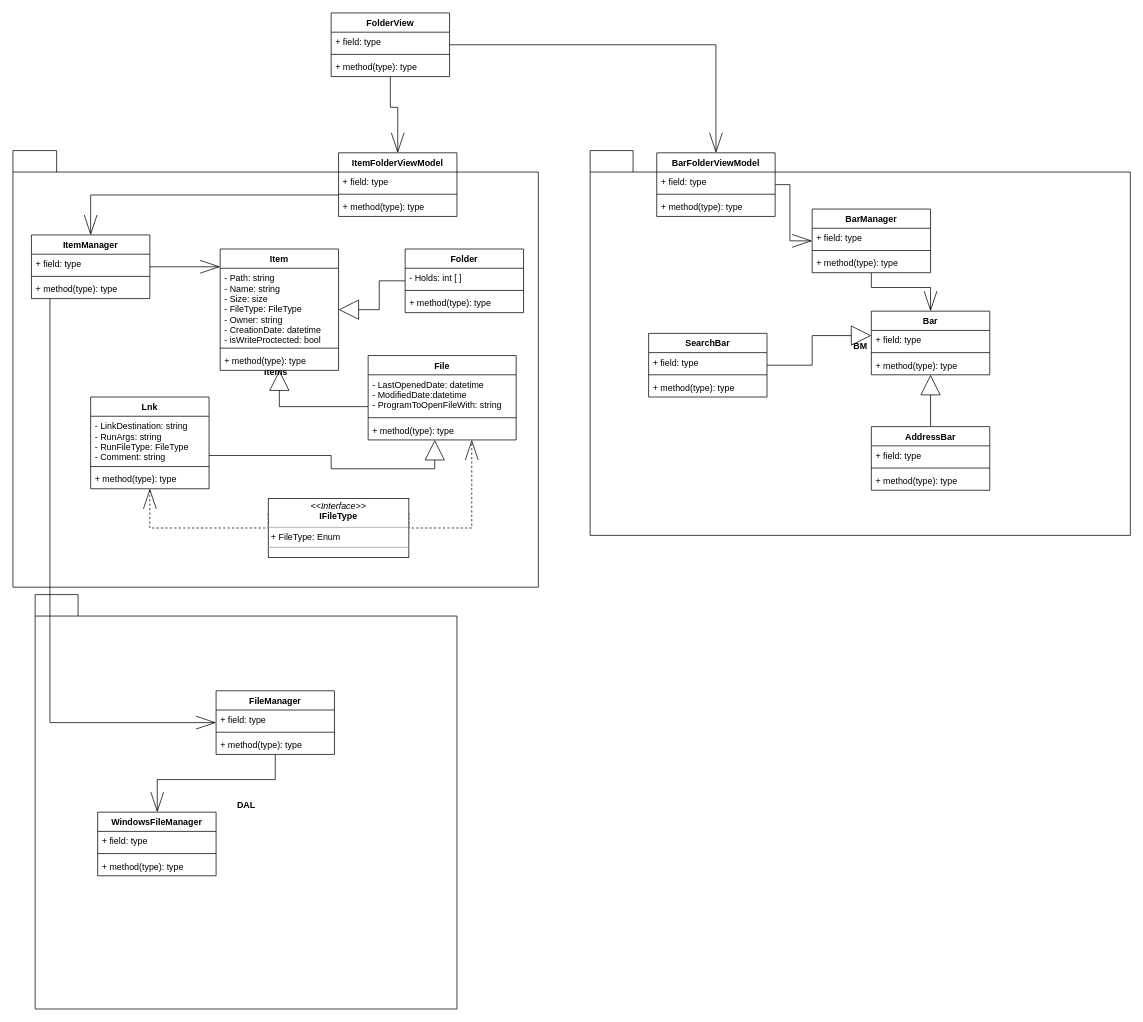
Earlier version of the draw.io diagram Classdiagram.drawio (Caand95/File_Explorer). Source tidied: cells renumbered, new cells numbered last; positions are measured from the earlier drawing's top-left corner, leaving out a move shared by most shapes. Both pictures are drawn from the tidied source at 74%, with x=0, y=0 at pixel (13, 13).
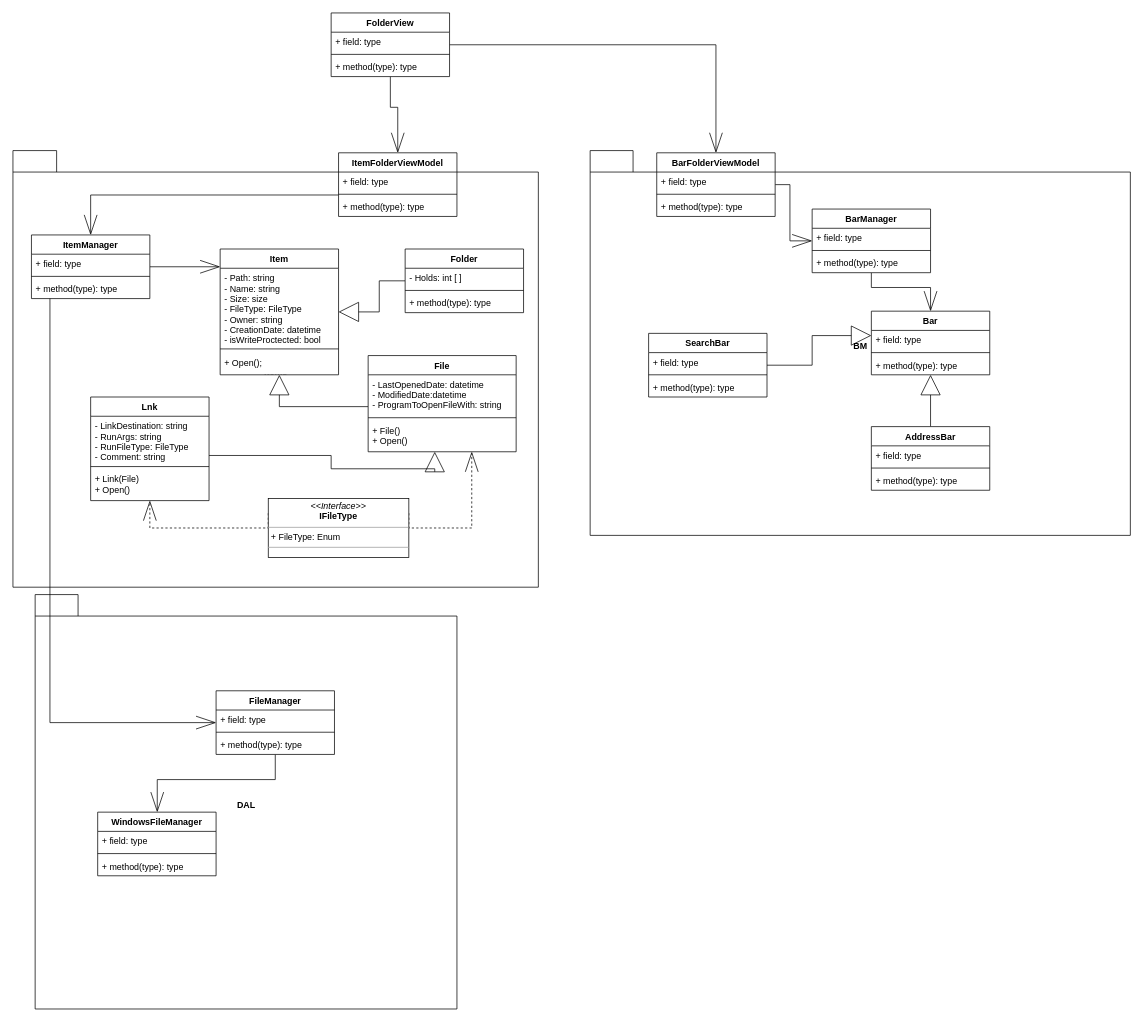
The same page after the edit.

The edit, as a diff of the source:
```diff
@@
     <mxCell id="5" value="Item&#10;" style="swimlane;fontStyle=1;align=center;verticalAlign=top;horizontal=1;startSize=26;swimlaneFillColor=#ffffff;rounded=0;glass=0;comic=0;" parent="1" vertex="1">
-      <mxGeometry x="280" y="319" width="160" height="164" as="geometry" />
+      <mxGeometry x="280" y="319" width="160" height="170" as="geometry" />
     </mxCell>
@@
     <mxCell id="7" style="line;strokeWidth=1;fillColor=none;align=left;verticalAlign=middle;spacingTop=-1;spacingLeft=3;spacingRight=3;labelPosition=right;" parent="5" vertex="1">
-      <mxGeometry y="130" width="160" height="8" as="geometry" />
+      <mxGeometry y="130" width="160" height="10" as="geometry" />
     </mxCell>
-    <mxCell id="8" value="+ method(type): type" style="text;strokeColor=none;fillColor=none;align=left;verticalAlign=top;spacingLeft=4;spacingRight=4;overflow=hidden;" parent="5" vertex="1">
-      <mxGeometry y="138" width="160" height="26" as="geometry" />
-    </mxCell>
+    <mxCell id="77" value="+ Open();&#10;&#10;" style="text;strokeColor=none;fillColor=none;align=left;verticalAlign=top;spacingLeft=4;spacingRight=4;overflow=hidden;" parent="5" vertex="1">
+      <mxGeometry y="140" width="160" height="30" as="geometry" />
+    </mxCell>
@@
     <mxCell id="15" value="File" style="swimlane;fontStyle=1;align=center;verticalAlign=top;horizontal=1;startSize=26;swimlaneFillColor=#ffffff;rounded=0;glass=0;comic=0;" parent="1" vertex="1">
-      <mxGeometry x="480" y="463" width="200" height="114" as="geometry" />
+      <mxGeometry x="480" y="463" width="200" height="130" as="geometry" />
     </mxCell>
@@
-    <mxCell id="18" value="+ method(type): type" style="text;strokeColor=none;fillColor=none;align=left;verticalAlign=top;spacingLeft=4;spacingRight=4;overflow=hidden;" parent="15" vertex="1">
-      <mxGeometry y="88" width="200" height="26" as="geometry" />
+    <mxCell id="18" value="+ File()&#10;+ Open()&#10;" style="text;strokeColor=none;fillColor=none;align=left;verticalAlign=top;spacingLeft=4;spacingRight=4;overflow=hidden;" parent="15" vertex="1">
+      <mxGeometry y="88" width="200" height="42" as="geometry" />
     </mxCell>
@@
     <mxCell id="25" value="Lnk" style="swimlane;fontStyle=1;align=center;verticalAlign=top;horizontal=1;startSize=26;swimlaneFillColor=#ffffff;rounded=0;glass=0;comic=0;" parent="1" vertex="1">
-      <mxGeometry x="105" y="519" width="160" height="124" as="geometry" />
+      <mxGeometry x="105" y="519" width="160" height="140" as="geometry" />
     </mxCell>
@@
-    <mxCell id="28" value="+ method(type): type" style="text;strokeColor=none;fillColor=none;align=left;verticalAlign=top;spacingLeft=4;spacingRight=4;overflow=hidden;" parent="25" vertex="1">
-      <mxGeometry y="98" width="160" height="26" as="geometry" />
+    <mxCell id="28" value="+ Link(File)&#10;+ Open()&#10;" style="text;strokeColor=none;fillColor=none;align=left;verticalAlign=top;spacingLeft=4;spacingRight=4;overflow=hidden;" parent="25" vertex="1">
+      <mxGeometry y="98" width="160" height="42" as="geometry" />
     </mxCell>
```
